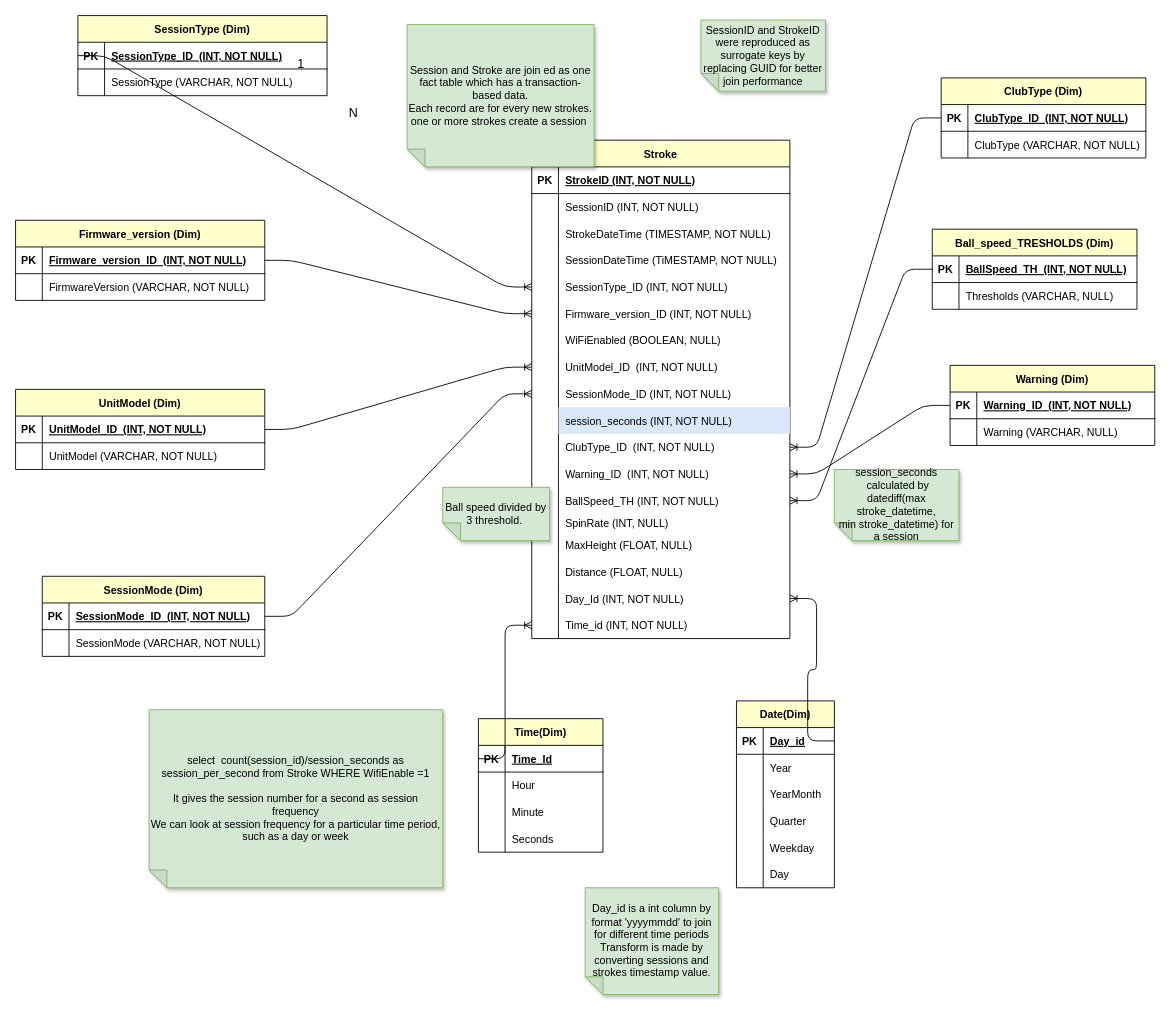
Before: trackman_bi_challenge_esra.drawio in esrakiv/esrakiv, a draw.io diagram. Source tidied: cells renumbered, new cells numbered last; positions are measured from the earlier drawing's top-left corner, leaving out a move shared by most shapes. Both pictures are drawn from the tidied source at 89%, with x=0, y=0 at pixel (15, 15).
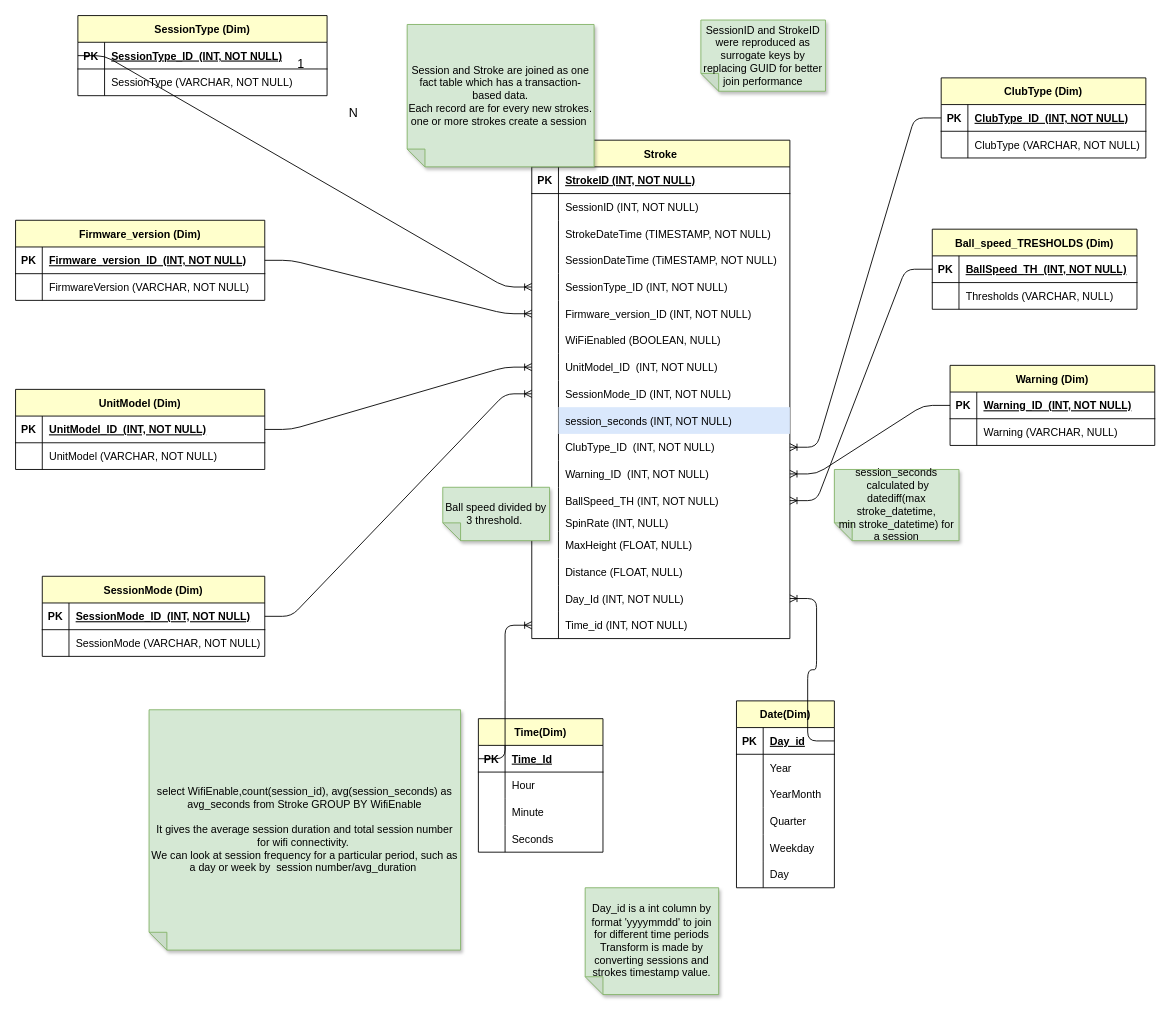
After the change.

Diff of the diagram source:
```diff
@@
-    <mxCell id="148" value="Session and Stroke are join ed as one fact table which has a transaction-based data.&lt;br&gt;Each record are for every new strokes.&lt;br&gt;one or more strokes create a session&amp;nbsp;" style="shape=note;whiteSpace=wrap;html=1;backgroundOutline=1;darkOpacity=0.05;fillColor=#d5e8d4;strokeColor=#82b366;fillStyle=solid;direction=west;gradientDirection=north;shadow=1;size=20;" parent="1" vertex="1">
+    <mxCell id="148" value="Session and Stroke are joined as one fact table which has a transaction-based data.&lt;br&gt;Each record are for every new strokes.&lt;br&gt;one or more strokes create a session&amp;nbsp;" style="shape=note;whiteSpace=wrap;html=1;backgroundOutline=1;darkOpacity=0.05;fillColor=#d5e8d4;strokeColor=#82b366;fillStyle=solid;direction=west;gradientDirection=north;shadow=1;size=20;" parent="1" vertex="1">
       <mxGeometry x="440" y="10" width="210" height="160" as="geometry" />
     </mxCell>
@@
-    <mxCell id="154" value="select &amp;nbsp;count(session_id)/session_seconds as session_per_second from Stroke WHERE&amp;nbsp;WifiEnable =1&lt;br&gt;&amp;nbsp;&amp;nbsp;&lt;br&gt;It gives the session number for a second as session frequency&lt;br&gt;We can look at session frequency for a particular time period, such as a day or week" style="shape=note;whiteSpace=wrap;html=1;backgroundOutline=1;darkOpacity=0.05;fillColor=#d5e8d4;strokeColor=#82b366;fillStyle=solid;direction=west;gradientDirection=north;shadow=1;size=20;" parent="1" vertex="1">
-      <mxGeometry x="150" y="780" width="330" height="200" as="geometry" />
+    <mxCell id="154" value="select&amp;nbsp;WifiEnable,count(session_id), avg(session_seconds) as avg_seconds from Stroke GROUP BY&amp;nbsp;WifiEnable&lt;br&gt;&amp;nbsp;&amp;nbsp;&lt;br&gt;It gives the average session duration and total session number for wifi connectivity.&amp;nbsp;&lt;br&gt;We can look at session frequency for a particular period, such as a day or week by &amp;nbsp;session number/avg_duration&amp;nbsp;" style="shape=note;whiteSpace=wrap;html=1;backgroundOutline=1;darkOpacity=0.05;fillColor=#d5e8d4;strokeColor=#82b366;fillStyle=solid;direction=west;gradientDirection=north;shadow=1;size=20;" parent="1" vertex="1">
+      <mxGeometry x="150" y="780" width="350" height="270" as="geometry" />
     </mxCell>
```
